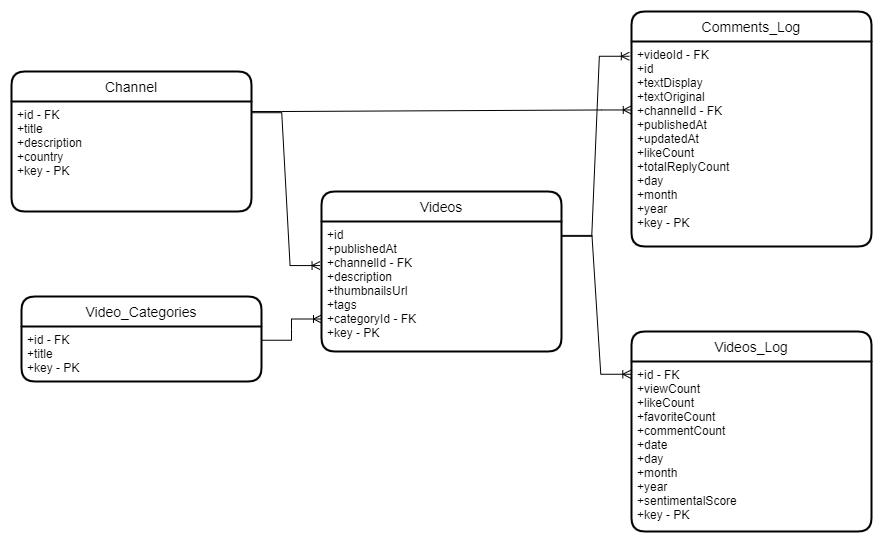
The draw.io diagram images/Entity_Relationship_Diagram.png in Latin-Developers/soa_api, before a commit. Source tidied: cells renumbered, new cells last; positions are measured from the earlier drawing's top-left corner, leaving out a move shared by most shapes.
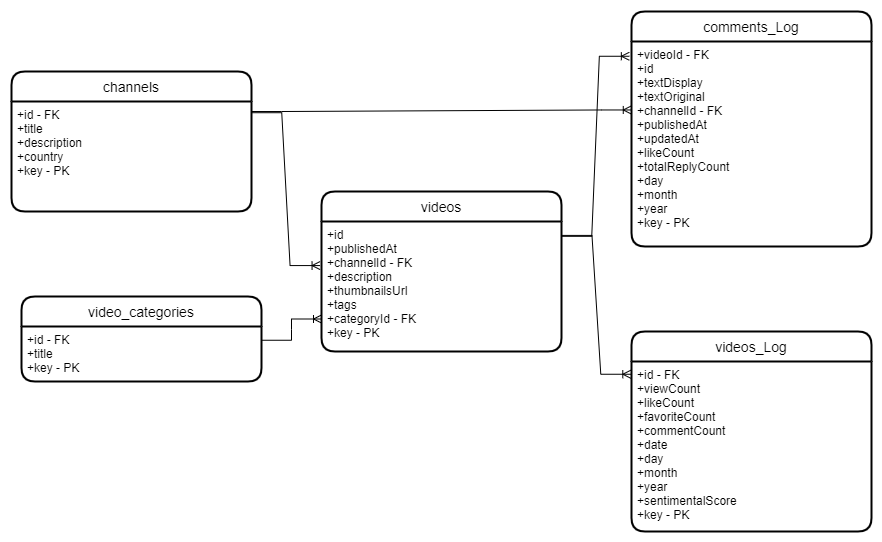
The same file after the commit.

Diff of the diagram source:
```diff
@@ -2,25 +2,25 @@
   <root>
     <mxCell id="0" />
     <mxCell id="1" parent="0" />
-    <mxCell id="2" value="Video_Categories" style="swimlane;horizontal=1;startSize=30;rounded=1;fontSize=14;fontStyle=0;strokeWidth=2;shadow=0;dashed=0;align=center;" parent="1" vertex="1">
+    <mxCell id="2" value="video_categories" style="swimlane;horizontal=1;startSize=30;rounded=1;fontSize=14;fontStyle=0;strokeWidth=2;shadow=0;dashed=0;align=center;" parent="1" vertex="1">
       <mxGeometry x="10" y="285" width="240" height="85" as="geometry" />
     </mxCell>
     <mxCell id="3" value="+id - FK&#10;+title&#10;+key - PK" style="align=left;strokeColor=none;fillColor=none;spacingLeft=4;fontSize=12;verticalAlign=top;" parent="2" vertex="1">
       <mxGeometry y="30" width="240" height="55" as="geometry" />
     </mxCell>
-    <mxCell id="4" value="Videos" style="swimlane;horizontal=1;startSize=30;rounded=1;fontSize=14;fontStyle=0;strokeWidth=2;shadow=0;dashed=0;align=center;" parent="1" vertex="1">
+    <mxCell id="4" value="videos" style="swimlane;horizontal=1;startSize=30;rounded=1;fontSize=14;fontStyle=0;strokeWidth=2;shadow=0;dashed=0;align=center;" parent="1" vertex="1">
       <mxGeometry x="310" y="180" width="240" height="160" as="geometry" />
     </mxCell>
     <mxCell id="5" value="+id&#10;+publishedAt&#10;+channelId - FK&#10;+description&#10;+thumbnailsUrl&#10;+tags&#10;+categoryId - FK&#10;+key - PK" style="align=left;strokeColor=none;fillColor=none;spacingLeft=4;fontSize=12;verticalAlign=top;" parent="4" vertex="1">
       <mxGeometry y="30" width="240" height="130" as="geometry" />
     </mxCell>
-    <mxCell id="6" value="Videos_Log" style="swimlane;horizontal=1;startSize=30;rounded=1;fontSize=14;fontStyle=0;strokeWidth=2;shadow=0;dashed=0;align=center;" parent="1" vertex="1">
+    <mxCell id="6" value="videos_Log" style="swimlane;horizontal=1;startSize=30;rounded=1;fontSize=14;fontStyle=0;strokeWidth=2;shadow=0;dashed=0;align=center;" parent="1" vertex="1">
       <mxGeometry x="620" y="320" width="240" height="200" as="geometry" />
     </mxCell>
     <mxCell id="7" value="+id - FK&#10;+viewCount&#10;+likeCount&#10;+favoriteCount&#10;+commentCount&#10;+date&#10;+day&#10;+month&#10;+year&#10;+sentimentalScore&#10;+key - PK" style="align=left;strokeColor=none;fillColor=none;spacingLeft=4;fontSize=12;verticalAlign=top;" parent="6" vertex="1">
       <mxGeometry y="30" width="240" height="170" as="geometry" />
     </mxCell>
-    <mxCell id="8" value="Comments_Log" style="swimlane;horizontal=1;startSize=30;rounded=1;fontSize=14;fontStyle=0;strokeWidth=2;shadow=0;dashed=0;align=center;" parent="1" vertex="1">
+    <mxCell id="8" value="comments_Log" style="swimlane;horizontal=1;startSize=30;rounded=1;fontSize=14;fontStyle=0;strokeWidth=2;shadow=0;dashed=0;align=center;" parent="1" vertex="1">
       <mxGeometry x="620" width="240" height="235" as="geometry" />
     </mxCell>
     <mxCell id="9" value="+videoId - FK&#10;+id&#10;+textDisplay&#10;+textOriginal&#10;+channelId - FK&#10;+publishedAt&#10;+updatedAt&#10;+likeCount&#10;+totalReplyCount&#10;+day&#10;+month&#10;+year&#10;+key - PK" style="align=left;strokeColor=none;fillColor=none;spacingLeft=4;fontSize=12;verticalAlign=top;" parent="8" vertex="1">
@@ -32,7 +32,7 @@
     <mxCell id="11" style="edgeStyle=entityRelationEdgeStyle;fontSize=12;html=1;endArrow=ERoneToMany;rounded=0;entryX=-0.009;entryY=0.072;entryDx=0;entryDy=0;entryPerimeter=0;exitX=1.001;exitY=0.114;exitDx=0;exitDy=0;exitPerimeter=0;" parent="1" edge="1" source="5" target="9">
       <mxGeometry relative="1" as="geometry" />
     </mxCell>
-    <mxCell id="12" value="Channel" style="swimlane;horizontal=1;startSize=30;rounded=1;fontSize=14;fontStyle=0;strokeWidth=2;shadow=0;dashed=0;align=center;" parent="1" vertex="1">
+    <mxCell id="12" value="channels" style="swimlane;horizontal=1;startSize=30;rounded=1;fontSize=14;fontStyle=0;strokeWidth=2;shadow=0;dashed=0;align=center;" parent="1" vertex="1">
       <mxGeometry y="60" width="240" height="140" as="geometry" />
     </mxCell>
     <mxCell id="13" value="+id - FK&#10;+title&#10;+description&#10;+country&#10;+key - PK" style="align=left;strokeColor=none;fillColor=none;spacingLeft=4;fontSize=12;verticalAlign=top;" parent="12" vertex="1">
```
